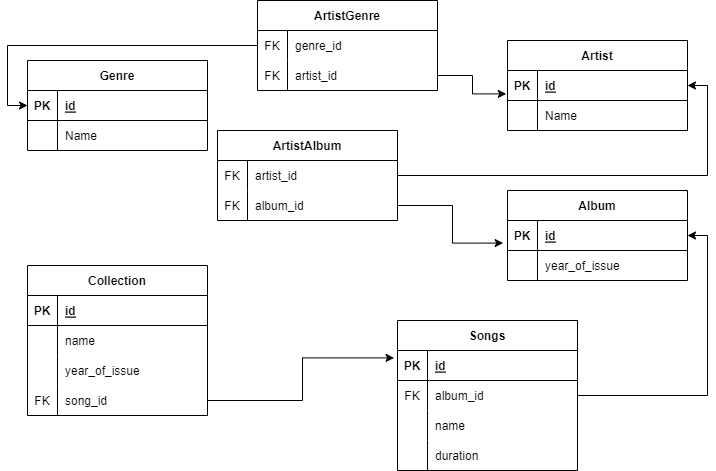
Earlier version of the draw.io export Scheme_2.png (IrinaT87/DB). Source tidied: cells renumbered, new cells last; positions are measured from the earlier drawing's top-left corner, leaving out a move shared by most shapes.
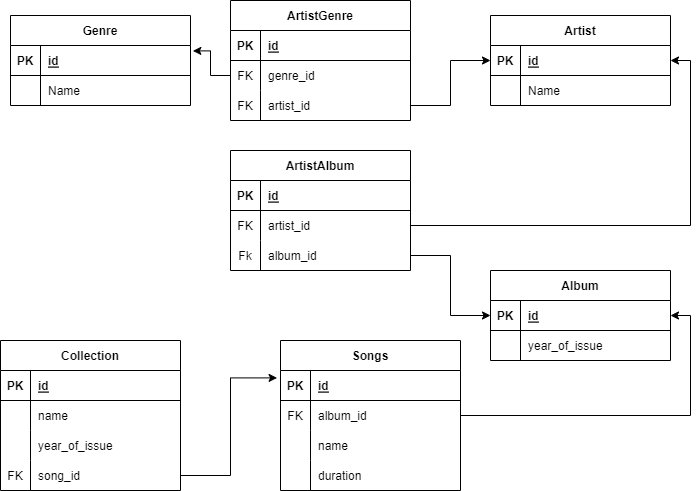
The same file after the commit.

What changed in the source:
```diff
@@ -3,7 +3,7 @@
     <mxCell id="0" />
     <mxCell id="1" parent="0" />
     <mxCell id="2" value="Genre" style="shape=table;startSize=30;rowLines=0;fontStyle=1;align=center;" parent="1" vertex="1">
-      <mxGeometry y="60" width="180" height="90" as="geometry" />
+      <mxGeometry x="10" y="35" width="180" height="90" as="geometry" />
     </mxCell>
     <mxCell id="3" style="shape=tableRow;horizontal=0;startSize=0;swimlaneHead=0;swimlaneBody=0;fillColor=none;points=[[0,0.5],[1,0.5]];portConstraint=eastwest;top=0;left=0;right=0;bottom=1;" parent="2" vertex="1">
       <mxGeometry y="30" width="180" height="30" as="geometry" />
@@ -24,7 +24,7 @@
       <mxGeometry x="30" width="150" height="30" as="geometry" />
     </mxCell>
     <mxCell id="9" value="Artist" style="shape=table;startSize=30;rowLines=0;fontStyle=1;align=center;" parent="1" vertex="1">
-      <mxGeometry x="480" y="40" width="180" height="90" as="geometry" />
+      <mxGeometry x="490" y="35" width="180" height="90" as="geometry" />
     </mxCell>
     <mxCell id="10" style="shape=tableRow;horizontal=0;startSize=0;swimlaneHead=0;swimlaneBody=0;fillColor=none;points=[[0,0.5],[1,0.5]];portConstraint=eastwest;top=0;left=0;right=0;bottom=1;" parent="9" vertex="1">
       <mxGeometry y="30" width="180" height="30" as="geometry" />
@@ -44,35 +44,8 @@
     <mxCell id="15" value="Name" style="shape=partialRectangle;fillColor=none;top=0;left=0;bottom=0;right=0;align=left;spacingLeft=6;overflow=hidden;" parent="13" vertex="1">
       <mxGeometry x="30" width="150" height="30" as="geometry" />
     </mxCell>
-    <mxCell id="16" style="edgeStyle=orthogonalEdgeStyle;rounded=0;jettySize=auto;html=1;entryX=0;entryY=0.5;entryDx=0;entryDy=0;" parent="1" edge="1" source="17" target="3">
-      <mxGeometry relative="1" as="geometry" />
-    </mxCell>
-    <mxCell id="17" value="ArtistGenre" style="shape=table;startSize=30;rowLines=0;fontStyle=1;align=center;" parent="1" vertex="1">
-      <mxGeometry x="230" width="180" height="90" as="geometry" />
-    </mxCell>
-    <mxCell id="18" style="shape=tableRow;horizontal=0;startSize=0;swimlaneHead=0;swimlaneBody=0;fillColor=none;top=0;left=0;right=0;bottom=0;" parent="17" vertex="1">
-      <mxGeometry y="30" width="180" height="30" as="geometry" />
-    </mxCell>
-    <mxCell id="19" value="FK" style="shape=partialRectangle;fillColor=none;top=0;left=0;bottom=0;right=0;overflow=hidden;" parent="18" vertex="1">
-      <mxGeometry width="30" height="30" as="geometry" />
-    </mxCell>
-    <mxCell id="20" value="genre_id" style="shape=partialRectangle;fillColor=none;top=0;left=0;bottom=0;right=0;align=left;spacingLeft=6;overflow=hidden;" parent="18" vertex="1">
-      <mxGeometry x="30" width="150" height="30" as="geometry" />
-    </mxCell>
-    <mxCell id="21" style="shape=tableRow;horizontal=0;startSize=0;swimlaneHead=0;swimlaneBody=0;fillColor=none;points=[[0,0.5],[1,0.5]];portConstraint=eastwest;top=0;left=0;right=0;bottom=0;" parent="17" vertex="1">
-      <mxGeometry y="60" width="180" height="30" as="geometry" />
-    </mxCell>
-    <mxCell id="22" value="FK" style="shape=partialRectangle;fillColor=none;top=0;left=0;bottom=0;right=0;overflow=hidden;" parent="21" vertex="1">
-      <mxGeometry width="30" height="30" as="geometry" />
-    </mxCell>
-    <mxCell id="23" value="artist_id" style="shape=partialRectangle;fillColor=none;top=0;left=0;bottom=0;right=0;align=left;spacingLeft=6;overflow=hidden;" parent="21" vertex="1">
-      <mxGeometry x="30" width="150" height="30" as="geometry" />
-    </mxCell>
-    <mxCell id="24" style="edgeStyle=orthogonalEdgeStyle;rounded=0;jettySize=auto;html=1;entryX=-0.007;entryY=0.78;entryDx=0;entryDy=0;entryPerimeter=0;" parent="1" edge="1" source="21" target="10">
-      <mxGeometry relative="1" as="geometry" />
-    </mxCell>
     <mxCell id="25" value="Album" style="shape=table;startSize=30;rowLines=0;fontStyle=1;align=center;" parent="1" vertex="1">
-      <mxGeometry x="480" y="190" width="180" height="90" as="geometry" />
+      <mxGeometry x="490" y="290" width="180" height="90" as="geometry" />
     </mxCell>
     <mxCell id="26" style="shape=tableRow;horizontal=0;startSize=0;swimlaneHead=0;swimlaneBody=0;fillColor=none;points=[[0,0.5],[1,0.5]];portConstraint=eastwest;top=0;left=0;right=0;bottom=1;" parent="25" vertex="1">
       <mxGeometry y="30" width="180" height="30" as="geometry" />
@@ -92,35 +65,8 @@
     <mxCell id="31" value="year_of_issue" style="shape=partialRectangle;fillColor=none;top=0;left=0;bottom=0;right=0;align=left;spacingLeft=6;overflow=hidden;" parent="29" vertex="1">
       <mxGeometry x="30" width="150" height="30" as="geometry" />
     </mxCell>
-    <mxCell id="32" value="ArtistAlbum" style="shape=table;startSize=30;rowLines=0;fontStyle=1;align=center;" parent="1" vertex="1">
-      <mxGeometry x="190" y="130" width="180" height="90" as="geometry" />
-    </mxCell>
-    <mxCell id="33" style="shape=tableRow;horizontal=0;startSize=0;swimlaneHead=0;swimlaneBody=0;fillColor=none;points=[[0,0.5],[1,0.5]];portConstraint=eastwest;top=0;left=0;right=0;bottom=0;" parent="32" vertex="1">
-      <mxGeometry y="30" width="180" height="30" as="geometry" />
-    </mxCell>
-    <mxCell id="34" value="FK" style="shape=partialRectangle;fillColor=none;top=0;left=0;bottom=0;right=0;overflow=hidden;" parent="33" vertex="1">
-      <mxGeometry width="30" height="30" as="geometry" />
-    </mxCell>
-    <mxCell id="35" value="artist_id" style="shape=partialRectangle;fillColor=none;top=0;left=0;bottom=0;right=0;align=left;spacingLeft=6;overflow=hidden;" parent="33" vertex="1">
-      <mxGeometry x="30" width="150" height="30" as="geometry" />
-    </mxCell>
-    <mxCell id="36" style="shape=tableRow;horizontal=0;startSize=0;swimlaneHead=0;swimlaneBody=0;fillColor=none;points=[[0,0.5],[1,0.5]];portConstraint=eastwest;top=0;left=0;right=0;bottom=0;" parent="32" vertex="1">
-      <mxGeometry y="60" width="180" height="30" as="geometry" />
-    </mxCell>
-    <mxCell id="37" value="FK" style="shape=partialRectangle;fillColor=none;top=0;left=0;bottom=0;right=0;overflow=hidden;" parent="36" vertex="1">
-      <mxGeometry width="30" height="30" as="geometry" />
-    </mxCell>
-    <mxCell id="38" value="album_id" style="shape=partialRectangle;fillColor=none;top=0;left=0;bottom=0;right=0;align=left;spacingLeft=6;overflow=hidden;" parent="36" vertex="1">
-      <mxGeometry x="30" width="150" height="30" as="geometry" />
-    </mxCell>
-    <mxCell id="39" style="edgeStyle=orthogonalEdgeStyle;rounded=0;jettySize=auto;html=1;entryX=1;entryY=0.5;entryDx=0;entryDy=0;" parent="1" edge="1" source="33" target="10">
-      <mxGeometry relative="1" as="geometry" />
-    </mxCell>
-    <mxCell id="40" style="edgeStyle=orthogonalEdgeStyle;rounded=0;jettySize=auto;html=1;entryX=-0.024;entryY=0.753;entryDx=0;entryDy=0;entryPerimeter=0;" parent="1" edge="1" source="36" target="26">
-      <mxGeometry relative="1" as="geometry" />
-    </mxCell>
     <mxCell id="41" value="Songs" style="shape=table;startSize=30;rowLines=0;fontStyle=1;align=center;" parent="1" vertex="1">
-      <mxGeometry x="370" y="320" width="180" height="150" as="geometry" />
+      <mxGeometry x="280" y="360" width="180" height="150" as="geometry" />
     </mxCell>
     <mxCell id="42" style="shape=tableRow;horizontal=0;startSize=0;swimlaneHead=0;swimlaneBody=0;fillColor=none;points=[[0,0.5],[1,0.5]];portConstraint=eastwest;top=0;left=0;right=0;bottom=1;" parent="41" vertex="1">
       <mxGeometry y="30" width="180" height="30" as="geometry" />
@@ -162,7 +108,7 @@
       <mxGeometry relative="1" as="geometry" />
     </mxCell>
     <mxCell id="55" value="Collection" style="shape=table;startSize=30;rowLines=0;fontStyle=1;align=center;" parent="1" vertex="1">
-      <mxGeometry y="265" width="180" height="150" as="geometry" />
+      <mxGeometry y="360" width="180" height="150" as="geometry" />
     </mxCell>
     <mxCell id="56" style="shape=tableRow;horizontal=0;startSize=0;swimlaneHead=0;swimlaneBody=0;fillColor=none;top=0;left=0;right=0;bottom=1;" parent="55" vertex="1">
       <mxGeometry y="30" width="180" height="30" as="geometry" />
@@ -203,5 +149,77 @@
     <mxCell id="68" style="edgeStyle=orthogonalEdgeStyle;rounded=0;jettySize=auto;html=1;entryX=-0.019;entryY=0.247;entryDx=0;entryDy=0;entryPerimeter=0;" parent="1" edge="1" source="65" target="42">
       <mxGeometry relative="1" as="geometry" />
     </mxCell>
+    <mxCell id="17" value="ArtistGenre" style="shape=table;startSize=30;rowLines=0;fontStyle=1;align=center;" parent="1" vertex="1">
+      <mxGeometry x="230" y="20" width="180" height="120" as="geometry" />
+    </mxCell>
+    <mxCell id="69" style="shape=tableRow;horizontal=0;startSize=0;swimlaneHead=0;swimlaneBody=0;fillColor=none;top=0;left=0;right=0;bottom=1;" parent="17" vertex="1">
+      <mxGeometry y="30" width="180" height="30" as="geometry" />
+    </mxCell>
+    <mxCell id="70" value="PK" style="shape=partialRectangle;fillColor=none;top=0;left=0;bottom=0;right=0;fontStyle=1;overflow=hidden;" parent="69" vertex="1">
+      <mxGeometry width="30" height="30" as="geometry" />
+    </mxCell>
+    <mxCell id="71" value="id" style="shape=partialRectangle;fillColor=none;top=0;left=0;bottom=0;right=0;align=left;spacingLeft=6;fontStyle=5;overflow=hidden;" parent="69" vertex="1">
+      <mxGeometry x="30" width="150" height="30" as="geometry" />
+    </mxCell>
+    <mxCell id="72" style="shape=tableRow;horizontal=0;startSize=0;swimlaneHead=0;swimlaneBody=0;fillColor=none;points=[[0,0.5],[1,0.5]];portConstraint=eastwest;top=0;left=0;right=0;bottom=0;" parent="17" vertex="1">
+      <mxGeometry y="60" width="180" height="30" as="geometry" />
+    </mxCell>
+    <mxCell id="73" value="FK" style="shape=partialRectangle;fillColor=none;top=0;left=0;bottom=0;right=0;overflow=hidden;" parent="72" vertex="1">
+      <mxGeometry width="30" height="30" as="geometry" />
+    </mxCell>
+    <mxCell id="20" value="genre_id" style="shape=partialRectangle;fillColor=none;top=0;left=0;bottom=0;right=0;align=left;spacingLeft=6;overflow=hidden;" parent="72" vertex="1">
+      <mxGeometry x="30" width="150" height="30" as="geometry" />
+    </mxCell>
+    <mxCell id="74" style="shape=tableRow;horizontal=0;startSize=0;swimlaneHead=0;swimlaneBody=0;fillColor=none;points=[[0,0.5],[1,0.5]];portConstraint=eastwest;top=0;left=0;right=0;bottom=0;" parent="17" vertex="1">
+      <mxGeometry y="90" width="180" height="30" as="geometry" />
+    </mxCell>
+    <mxCell id="75" value="FK" style="shape=partialRectangle;fillColor=none;top=0;left=0;bottom=0;right=0;overflow=hidden;" parent="74" vertex="1">
+      <mxGeometry width="30" height="30" as="geometry" />
+    </mxCell>
+    <mxCell id="76" value="artist_id" style="shape=partialRectangle;fillColor=none;top=0;left=0;bottom=0;right=0;align=left;spacingLeft=6;overflow=hidden;" parent="74" vertex="1">
+      <mxGeometry x="30" width="150" height="30" as="geometry" />
+    </mxCell>
+    <mxCell id="77" style="edgeStyle=orthogonalEdgeStyle;rounded=0;jettySize=auto;html=1;exitX=0;exitY=0.5;exitDx=0;exitDy=0;entryX=1.013;entryY=0.18;entryDx=0;entryDy=0;entryPerimeter=0;" parent="1" edge="1" source="72" target="3">
+      <mxGeometry relative="1" as="geometry" />
+    </mxCell>
+    <mxCell id="78" style="edgeStyle=orthogonalEdgeStyle;rounded=0;jettySize=auto;html=1;entryX=0;entryY=0.5;entryDx=0;entryDy=0;" parent="1" edge="1" source="74" target="10">
+      <mxGeometry relative="1" as="geometry" />
+    </mxCell>
+    <mxCell id="32" value="ArtistAlbum" style="shape=table;startSize=30;rowLines=0;fontStyle=1;align=center;" parent="1" vertex="1">
+      <mxGeometry x="230" y="170" width="180" height="120" as="geometry" />
+    </mxCell>
+    <mxCell id="79" style="shape=tableRow;horizontal=0;startSize=0;swimlaneHead=0;swimlaneBody=0;fillColor=none;top=0;left=0;right=0;bottom=1;" parent="32" vertex="1">
+      <mxGeometry y="30" width="180" height="30" as="geometry" />
+    </mxCell>
+    <mxCell id="80" value="PK" style="shape=partialRectangle;fillColor=none;top=0;left=0;bottom=0;right=0;fontStyle=1;overflow=hidden;" parent="79" vertex="1">
+      <mxGeometry width="30" height="30" as="geometry" />
+    </mxCell>
+    <mxCell id="81" value="id" style="shape=partialRectangle;fillColor=none;top=0;left=0;bottom=0;right=0;align=left;spacingLeft=6;fontStyle=5;overflow=hidden;" parent="79" vertex="1">
+      <mxGeometry x="30" width="150" height="30" as="geometry" />
+    </mxCell>
+    <mxCell id="82" style="shape=tableRow;horizontal=0;startSize=0;swimlaneHead=0;swimlaneBody=0;fillColor=none;points=[[0,0.5],[1,0.5]];portConstraint=eastwest;top=0;left=0;right=0;bottom=0;" parent="32" vertex="1">
+      <mxGeometry y="60" width="180" height="30" as="geometry" />
+    </mxCell>
+    <mxCell id="83" value="FK" style="shape=partialRectangle;fillColor=none;top=0;left=0;bottom=0;right=0;overflow=hidden;" parent="82" vertex="1">
+      <mxGeometry width="30" height="30" as="geometry" />
+    </mxCell>
+    <mxCell id="84" value="artist_id" style="shape=partialRectangle;fillColor=none;top=0;left=0;bottom=0;right=0;align=left;spacingLeft=6;overflow=hidden;" parent="82" vertex="1">
+      <mxGeometry x="30" width="150" height="30" as="geometry" />
+    </mxCell>
+    <mxCell id="85" style="shape=tableRow;horizontal=0;startSize=0;swimlaneHead=0;swimlaneBody=0;fillColor=none;points=[[0,0.5],[1,0.5]];portConstraint=eastwest;top=0;left=0;right=0;bottom=0;" parent="32" vertex="1">
+      <mxGeometry y="90" width="180" height="30" as="geometry" />
+    </mxCell>
+    <mxCell id="86" value="Fk" style="shape=partialRectangle;fillColor=none;top=0;left=0;bottom=0;right=0;overflow=hidden;" parent="85" vertex="1">
+      <mxGeometry width="30" height="30" as="geometry" />
+    </mxCell>
+    <mxCell id="38" value="album_id" style="shape=partialRectangle;fillColor=none;top=0;left=0;bottom=0;right=0;align=left;spacingLeft=6;overflow=hidden;" parent="85" vertex="1">
+      <mxGeometry x="30" width="150" height="30" as="geometry" />
+    </mxCell>
+    <mxCell id="87" style="edgeStyle=orthogonalEdgeStyle;rounded=0;jettySize=auto;html=1;entryX=1;entryY=0.5;entryDx=0;entryDy=0;" parent="1" edge="1" source="82" target="10">
+      <mxGeometry relative="1" as="geometry" />
+    </mxCell>
+    <mxCell id="88" style="edgeStyle=orthogonalEdgeStyle;rounded=0;jettySize=auto;html=1;exitX=1;exitY=0.5;exitDx=0;exitDy=0;entryX=0;entryY=0.5;entryDx=0;entryDy=0;" parent="1" edge="1" source="85" target="26">
+      <mxGeometry relative="1" as="geometry" />
+    </mxCell>
   </root>
 </mxGraphModel>
```
